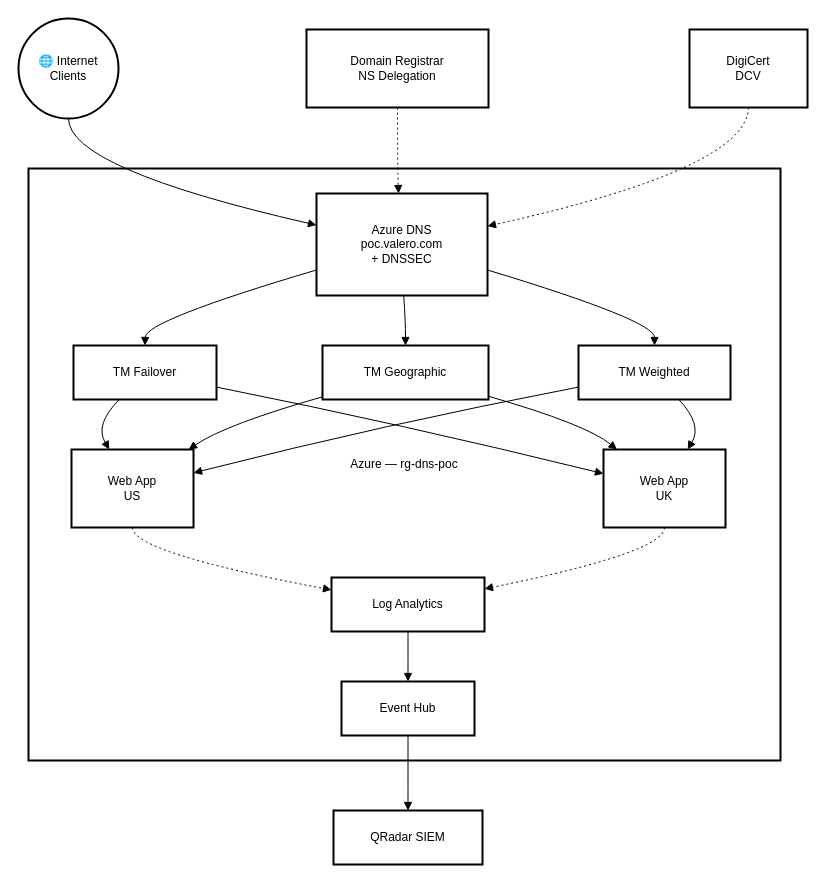
This is page "Page-3" (3 of 3) of HighLevelASD.drawio from kimvaddi/Azure-DNS-POC-Accelerator, a draw.io file, before an edit. Source tidied: cells renumbered, new cells numbered last; positions are measured from the earlier drawing's top-left corner, leaving out a move shared by most shapes. Both pictures are drawn from the tidied source at 100%, with x=0, y=0 at pixel (18, 18).
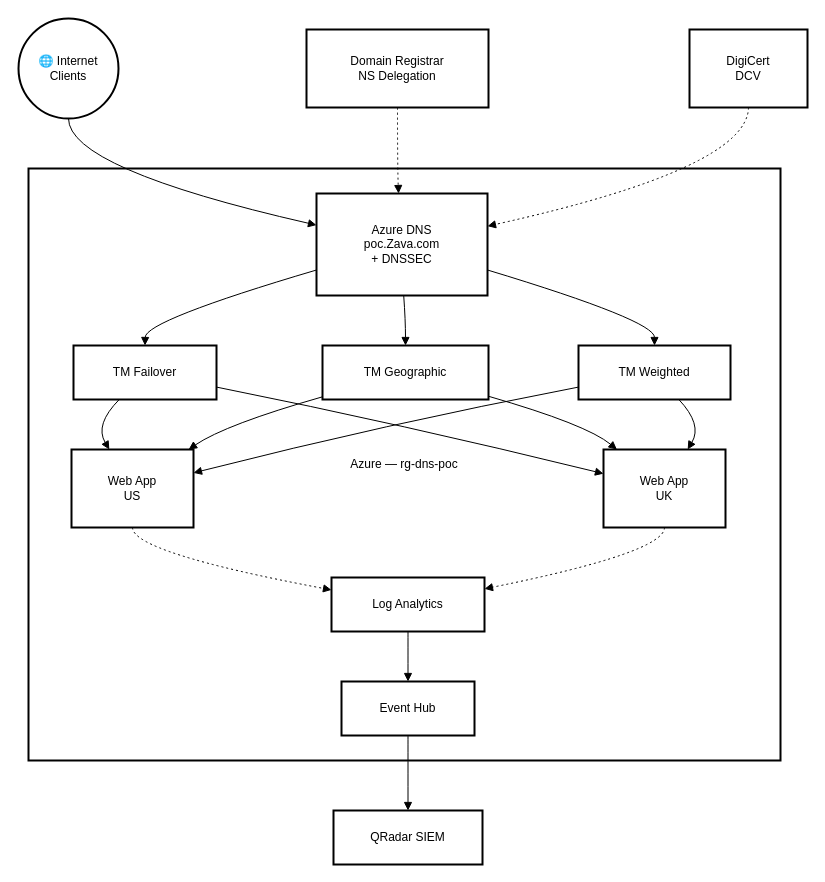
After the change.

What changed in the source:
```diff
@@
-    <mxCell id="5" value="Azure DNS&#10;poc.valero.com&#10;+ DNSSEC" style="whiteSpace=wrap;strokeWidth=2;" parent="1" vertex="1">
+    <mxCell id="5" value="Azure DNS&#10;poc.Zava.com&#10;+ DNSSEC" style="whiteSpace=wrap;strokeWidth=2;" parent="1" vertex="1">
       <mxGeometry x="298" y="175" width="171" height="102" as="geometry" />
     </mxCell>
```
